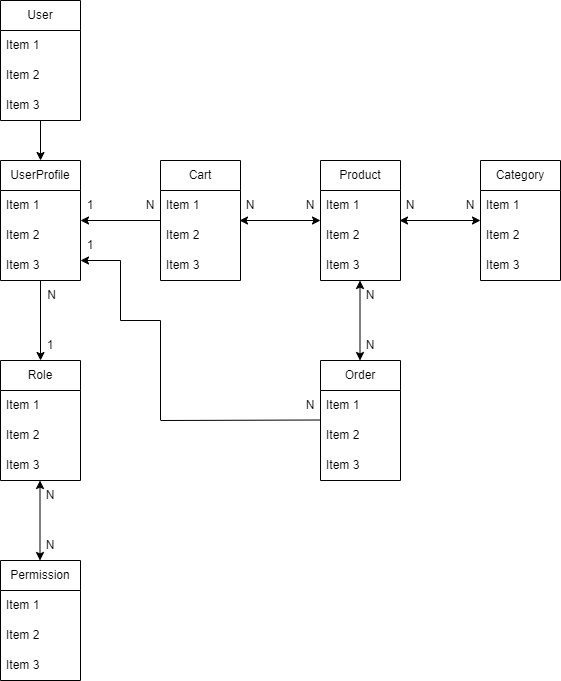
This is docs/DatabaseGrpah.drawio.png from Grohot9/LWG_Online_Shop, a draw.io export, as it was before one commit. Source tidied: cells renumbered, new cells last; positions are measured from the earlier drawing's top-left corner, leaving out a move shared by most shapes.
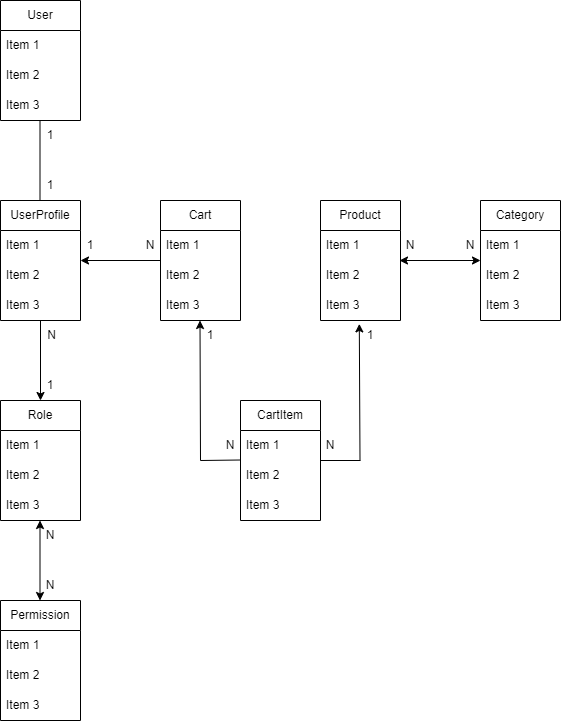
After the commit.

Diff of the diagram source:
```diff
@@ -2,11 +2,8 @@
   <root>
     <mxCell id="0" />
     <mxCell id="1" parent="0" />
-    <mxCell id="2" style="edgeStyle=orthogonalEdgeStyle;rounded=0;jettySize=auto;html=1;" parent="1" edge="1" source="3" target="8">
-      <mxGeometry relative="1" as="geometry" />
-    </mxCell>
     <mxCell id="3" value="User" style="swimlane;fontStyle=0;horizontal=1;startSize=30;whiteSpace=wrap;html=1;" parent="1" vertex="1">
-      <mxGeometry width="80" height="120" as="geometry" />
+      <mxGeometry y="-40" width="80" height="120" as="geometry" />
     </mxCell>
     <mxCell id="4" value="Item 1" style="text;strokeColor=none;fillColor=none;align=left;verticalAlign=middle;spacingLeft=4;spacingRight=4;overflow=hidden;whiteSpace=wrap;html=1;" parent="3" vertex="1">
       <mxGeometry y="30" width="80" height="30" as="geometry" />
@@ -98,12 +95,6 @@
     <mxCell id="33" value="N" style="text;html=1;strokeColor=none;fillColor=none;align=center;verticalAlign=middle;whiteSpace=wrap;rounded=0;" parent="1" vertex="1">
       <mxGeometry x="440" y="190" width="60" height="30" as="geometry" />
     </mxCell>
-    <mxCell id="34" value="N" style="text;html=1;strokeColor=none;fillColor=none;align=center;verticalAlign=middle;whiteSpace=wrap;rounded=0;" parent="1" vertex="1">
-      <mxGeometry x="220" y="190" width="60" height="30" as="geometry" />
-    </mxCell>
-    <mxCell id="35" value="N" style="text;html=1;strokeColor=none;fillColor=none;align=center;verticalAlign=middle;whiteSpace=wrap;rounded=0;" parent="1" vertex="1">
-      <mxGeometry x="280" y="190" width="60" height="30" as="geometry" />
-    </mxCell>
     <mxCell id="36" value="N" style="text;html=1;strokeColor=none;fillColor=none;align=center;verticalAlign=middle;whiteSpace=wrap;rounded=0;" parent="1" vertex="1">
       <mxGeometry x="120" y="190" width="60" height="30" as="geometry" />
     </mxCell>
@@ -113,12 +104,6 @@
         <mxPoint x="480" y="220" as="targetPoint" />
       </mxGeometry>
     </mxCell>
-    <mxCell id="38" style="endArrow=classic;startArrow=classic;html=1;rounded=0;exitX=1.005;exitY=0.273;exitDx=0;exitDy=0;exitPerimeter=0;entryX=0.015;entryY=0.273;entryDx=0;entryDy=0;entryPerimeter=0;" parent="1" edge="1">
-      <mxGeometry relative="1" as="geometry">
-        <mxPoint x="239" y="220" as="sourcePoint" />
-        <mxPoint x="320" y="220" as="targetPoint" />
-      </mxGeometry>
-    </mxCell>
     <mxCell id="39" style="endArrow=classic;startArrow=classic;html=1;rounded=0;" parent="1" edge="1">
       <mxGeometry relative="1" as="geometry">
         <mxPoint x="39.5" y="560" as="sourcePoint" />
@@ -146,8 +131,8 @@
     <mxCell id="45" value="1" style="text;html=1;strokeColor=none;fillColor=none;align=center;verticalAlign=middle;whiteSpace=wrap;rounded=0;" parent="1" vertex="1">
       <mxGeometry x="60" y="190" width="60" height="30" as="geometry" />
     </mxCell>
-    <mxCell id="46" value="Order" style="swimlane;fontStyle=0;horizontal=1;startSize=30;whiteSpace=wrap;html=1;" parent="1" vertex="1">
-      <mxGeometry x="320" y="360" width="80" height="120" as="geometry" />
+    <mxCell id="46" value="CartItem" style="swimlane;fontStyle=0;horizontal=1;startSize=30;whiteSpace=wrap;html=1;" parent="1" vertex="1">
+      <mxGeometry x="240" y="360" width="80" height="120" as="geometry" />
     </mxCell>
     <mxCell id="47" value="Item 1" style="text;strokeColor=none;fillColor=none;align=left;verticalAlign=middle;spacingLeft=4;spacingRight=4;overflow=hidden;whiteSpace=wrap;html=1;" parent="46" vertex="1">
       <mxGeometry y="30" width="80" height="30" as="geometry" />
@@ -158,53 +143,52 @@
     <mxCell id="49" value="Item 3" style="text;strokeColor=none;fillColor=none;align=left;verticalAlign=middle;spacingLeft=4;spacingRight=4;overflow=hidden;whiteSpace=wrap;html=1;" parent="46" vertex="1">
       <mxGeometry y="90" width="80" height="30" as="geometry" />
     </mxCell>
-    <mxCell id="50" style="endArrow=classic;startArrow=classic;html=1;rounded=0;" parent="1" edge="1">
-      <mxGeometry relative="1" as="geometry">
-        <mxPoint x="359.5" y="280" as="sourcePoint" />
-        <mxPoint x="359.5" y="360" as="targetPoint" />
-      </mxGeometry>
-    </mxCell>
-    <mxCell id="51" value="N" style="text;html=1;strokeColor=none;fillColor=none;align=center;verticalAlign=middle;whiteSpace=wrap;rounded=0;" parent="1" vertex="1">
-      <mxGeometry x="340" y="330" width="60" height="30" as="geometry" />
-    </mxCell>
-    <mxCell id="52" value="N" style="text;html=1;strokeColor=none;fillColor=none;align=center;verticalAlign=middle;whiteSpace=wrap;rounded=0;" parent="1" vertex="1">
-      <mxGeometry x="340" y="280" width="60" height="30" as="geometry" />
-    </mxCell>
-    <mxCell id="53" style="endArrow=none;html=1;rounded=0;" parent="1" edge="1">
-      <mxGeometry relative="1" as="geometry">
-        <mxPoint x="160" y="420" as="sourcePoint" />
-        <mxPoint x="320" y="419.5" as="targetPoint" />
-      </mxGeometry>
-    </mxCell>
-    <mxCell id="54" style="endArrow=none;html=1;rounded=0;" parent="1" edge="1">
-      <mxGeometry relative="1" as="geometry">
-        <mxPoint x="160" y="320" as="sourcePoint" />
-        <mxPoint x="160" y="419.5" as="targetPoint" />
-      </mxGeometry>
-    </mxCell>
-    <mxCell id="55" style="endArrow=none;html=1;rounded=0;" parent="1" edge="1">
-      <mxGeometry relative="1" as="geometry">
-        <mxPoint x="120" y="320" as="sourcePoint" />
-        <mxPoint x="160" y="320" as="targetPoint" />
-      </mxGeometry>
-    </mxCell>
-    <mxCell id="56" style="endArrow=none;html=1;rounded=0;" parent="1" edge="1">
-      <mxGeometry relative="1" as="geometry">
-        <mxPoint x="120" y="320" as="sourcePoint" />
-        <mxPoint x="120" y="260" as="targetPoint" />
-      </mxGeometry>
-    </mxCell>
-    <mxCell id="57" style="endArrow=classic;html=1;rounded=0;" parent="1" edge="1">
-      <mxGeometry relative="1" as="geometry">
-        <mxPoint x="120" y="260" as="sourcePoint" />
-        <mxPoint x="80" y="260" as="targetPoint" />
-      </mxGeometry>
-    </mxCell>
-    <mxCell id="58" value="N" style="text;html=1;strokeColor=none;fillColor=none;align=center;verticalAlign=middle;whiteSpace=wrap;rounded=0;" parent="1" vertex="1">
-      <mxGeometry x="280" y="390" width="60" height="30" as="geometry" />
-    </mxCell>
-    <mxCell id="59" value="1" style="text;html=1;strokeColor=none;fillColor=none;align=center;verticalAlign=middle;whiteSpace=wrap;rounded=0;" parent="1" vertex="1">
-      <mxGeometry x="60" y="230" width="60" height="30" as="geometry" />
-    </mxCell>
+    <mxCell id="60" style="endArrow=none;html=1;rounded=0;" parent="1" edge="1">
+      <mxGeometry relative="1" as="geometry">
+        <mxPoint x="320" y="420" as="sourcePoint" />
+        <mxPoint x="360" y="420" as="targetPoint" />
+      </mxGeometry>
+    </mxCell>
+    <mxCell id="61" style="endArrow=classic;html=1;rounded=0;entryX=0.485;entryY=1.113;entryDx=0;entryDy=0;entryPerimeter=0;" parent="1" edge="1" target="27">
+      <mxGeometry relative="1" as="geometry">
+        <mxPoint x="359.5" y="420" as="sourcePoint" />
+      </mxGeometry>
+    </mxCell>
+    <mxCell id="62" style="endArrow=classic;html=1;rounded=0;" parent="1" edge="1">
+      <mxGeometry relative="1" as="geometry">
+        <mxPoint x="200" y="420" as="sourcePoint" />
+        <mxPoint x="199.5" y="280" as="targetPoint" />
+      </mxGeometry>
+    </mxCell>
+    <mxCell id="63" style="endArrow=none;html=1;rounded=0;" parent="1" edge="1">
+      <mxGeometry relative="1" as="geometry">
+        <mxPoint x="200" y="420" as="sourcePoint" />
+        <mxPoint x="240" y="419.5" as="targetPoint" />
+      </mxGeometry>
+    </mxCell>
+    <mxCell id="64" value="N" style="text;html=1;strokeColor=none;fillColor=none;align=center;verticalAlign=middle;whiteSpace=wrap;rounded=0;" parent="1" vertex="1">
+      <mxGeometry x="200" y="390" width="60" height="30" as="geometry" />
+    </mxCell>
+    <mxCell id="65" value="N" style="text;html=1;strokeColor=none;fillColor=none;align=center;verticalAlign=middle;whiteSpace=wrap;rounded=0;" parent="1" vertex="1">
+      <mxGeometry x="300" y="390" width="60" height="30" as="geometry" />
+    </mxCell>
+    <mxCell id="66" value="1" style="text;html=1;strokeColor=none;fillColor=none;align=center;verticalAlign=middle;whiteSpace=wrap;rounded=0;" parent="1" vertex="1">
+      <mxGeometry x="180" y="280" width="60" height="30" as="geometry" />
+    </mxCell>
+    <mxCell id="67" value="1" style="text;html=1;strokeColor=none;fillColor=none;align=center;verticalAlign=middle;whiteSpace=wrap;rounded=0;" parent="1" vertex="1">
+      <mxGeometry x="340" y="280" width="60" height="30" as="geometry" />
+    </mxCell>
+    <mxCell id="68" value="1" style="text;html=1;strokeColor=none;fillColor=none;align=center;verticalAlign=middle;whiteSpace=wrap;rounded=0;" parent="1" vertex="1">
+      <mxGeometry x="20" y="130" width="60" height="30" as="geometry" />
+    </mxCell>
+    <mxCell id="69" value="1" style="text;html=1;strokeColor=none;fillColor=none;align=center;verticalAlign=middle;whiteSpace=wrap;rounded=0;" parent="1" vertex="1">
+      <mxGeometry x="20" y="80" width="60" height="30" as="geometry" />
+    </mxCell>
+    <mxCell id="70" style="endArrow=none;html=1;rounded=0;" parent="1" edge="1">
+      <mxGeometry relative="1" as="geometry">
+        <mxPoint x="39.5" y="160" as="sourcePoint" />
+        <mxPoint x="39.5" y="80" as="targetPoint" />
+      </mxGeometry>
+    </mxCell>
   </root>
 </mxGraphModel>
```
